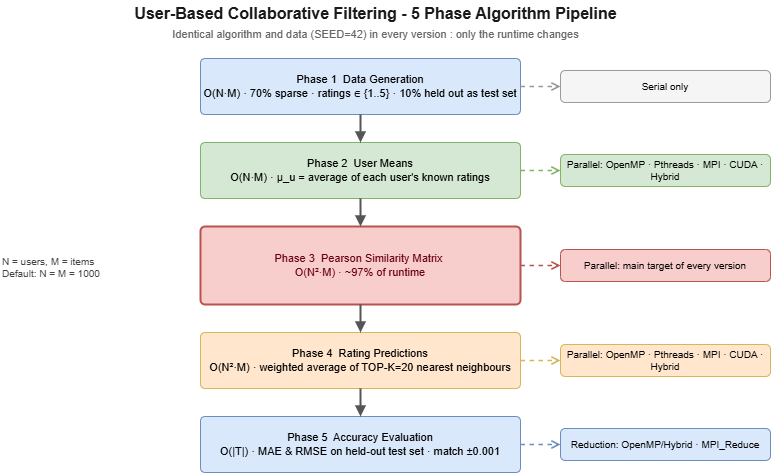
Above: analysis_diagrams/drawio/png/diagram_01_algorithm_pipeline.png in Ashfaq-Riyaldeen/hpc-mine (draw.io), before the change. Source tidied: cells renumbered, new cells last; positions are measured from the earlier drawing's top-left corner, leaving out a move shared by most shapes.
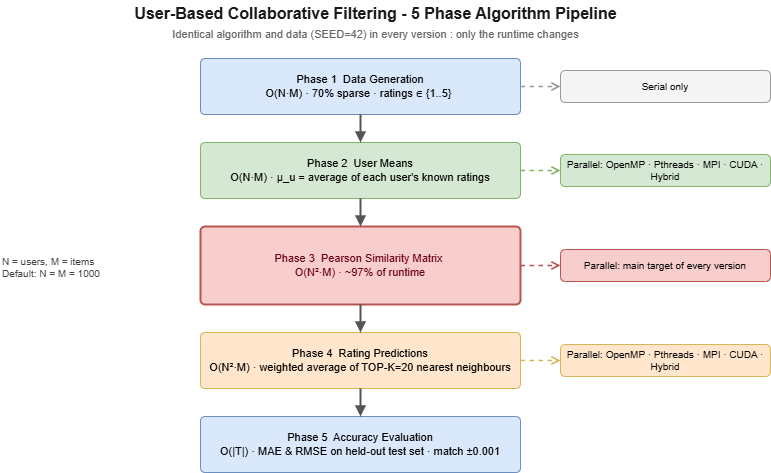
Above is the later version.

Diff of the diagram source:
```diff
@@ -8,7 +8,7 @@
     <mxCell id="3" value="Identical algorithm and data (SEED=42) in every version : only the runtime changes" style="text;html=1;align=center;verticalAlign=middle;fontSize=11;fontColor=#666666;" parent="1" vertex="1">
       <mxGeometry x="75" y="24" width="600" height="20" as="geometry" />
     </mxCell>
-    <mxCell id="4" value="Phase 1&amp;nbsp; Data Generation&lt;br&gt;O(N·M)  ·  70% sparse  ·  ratings ∈ {1..5}  ·  10% held out as test set" style="rounded=1;whiteSpace=wrap;html=1;fillColor=#dae8fc;strokeColor=#6c8ebf;fontSize=11;arcSize=8;verticalAlign=middle;" parent="1" vertex="1">
+    <mxCell id="4" value="Phase 1&amp;nbsp; Data Generation&lt;br&gt;O(N·M)  ·  70% sparse  ·  ratings ∈ {1..5}&amp;nbsp;" style="rounded=1;whiteSpace=wrap;html=1;fillColor=#dae8fc;strokeColor=#6c8ebf;fontSize=11;arcSize=8;verticalAlign=middle;" parent="1" vertex="1">
       <mxGeometry x="200" y="58" width="320" height="56" as="geometry" />
     </mxCell>
     <mxCell id="5" value="Phase 2&amp;nbsp; User Means&lt;br&gt;O(N·M)  ·  μ_u = average of each user's known ratings" style="rounded=1;whiteSpace=wrap;html=1;fillColor=#d5e8d4;strokeColor=#82b366;fontSize=11;arcSize=8;verticalAlign=middle;" parent="1" vertex="1">
@@ -47,9 +47,6 @@
     <mxCell id="16" value="Parallel: OpenMP · Pthreads · MPI · CUDA · Hybrid" style="rounded=1;whiteSpace=wrap;html=1;fillColor=#ffe6cc;strokeColor=#d6b656;fontSize=10;verticalAlign=middle;" parent="1" vertex="1">
       <mxGeometry x="560" y="344" width="210" height="32" as="geometry" />
     </mxCell>
-    <mxCell id="17" value="Reduction: OpenMP/Hybrid · MPI_Reduce" style="rounded=1;whiteSpace=wrap;html=1;fillColor=#dae8fc;strokeColor=#6c8ebf;fontSize=10;verticalAlign=middle;" parent="1" vertex="1">
-      <mxGeometry x="560" y="428" width="210" height="32" as="geometry" />
-    </mxCell>
     <mxCell id="18" style="html=1;dashed=1;endArrow=open;endFill=0;strokeColor=#999999;strokeWidth=1.5;" parent="1" edge="1" source="4" target="13">
       <mxGeometry relative="1" as="geometry" />
     </mxCell>
@@ -62,9 +59,6 @@
     <mxCell id="21" style="html=1;dashed=1;endArrow=open;endFill=0;strokeColor=#d6b656;strokeWidth=1.5;" parent="1" edge="1" source="7" target="16">
       <mxGeometry relative="1" as="geometry" />
     </mxCell>
-    <mxCell id="22" style="html=1;dashed=1;endArrow=open;endFill=0;strokeColor=#6c8ebf;strokeWidth=1.5;" parent="1" edge="1" source="8" target="17">
-      <mxGeometry relative="1" as="geometry" />
-    </mxCell>
     <mxCell id="23" value="N = users, M = items&#10;Default: N = M = 1000" style="text;html=1;align=left;verticalAlign=top;fontSize=10;fontColor=#444444;" parent="1" vertex="1">
       <mxGeometry y="249" width="180" height="50" as="geometry" />
     </mxCell>
```
